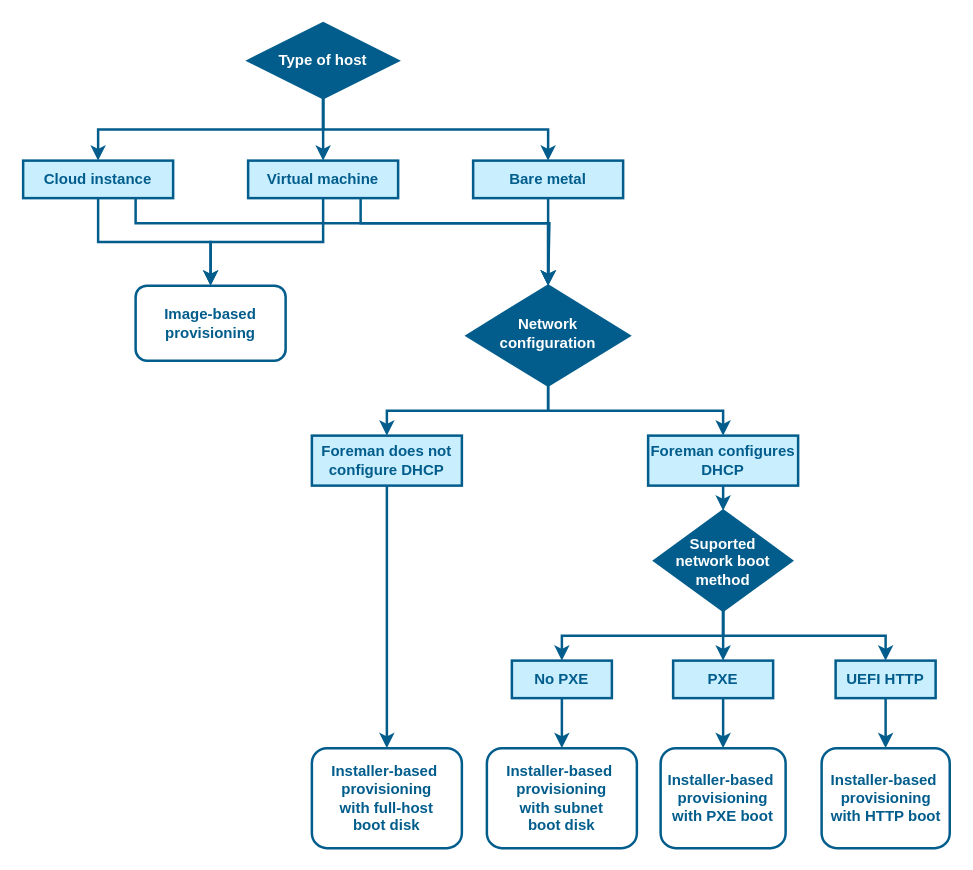
Above: guides/image-sources/provisioning-method-selection.drawio in theforeman/foreman-documentation (draw.io), before the change. Source tidied: cells renumbered, new cells numbered last; positions are measured from the earlier drawing's top-left corner, leaving out a move shared by most shapes. Both pictures are drawn from the tidied source at 125%, with x=0, y=0 at pixel (22, 22).
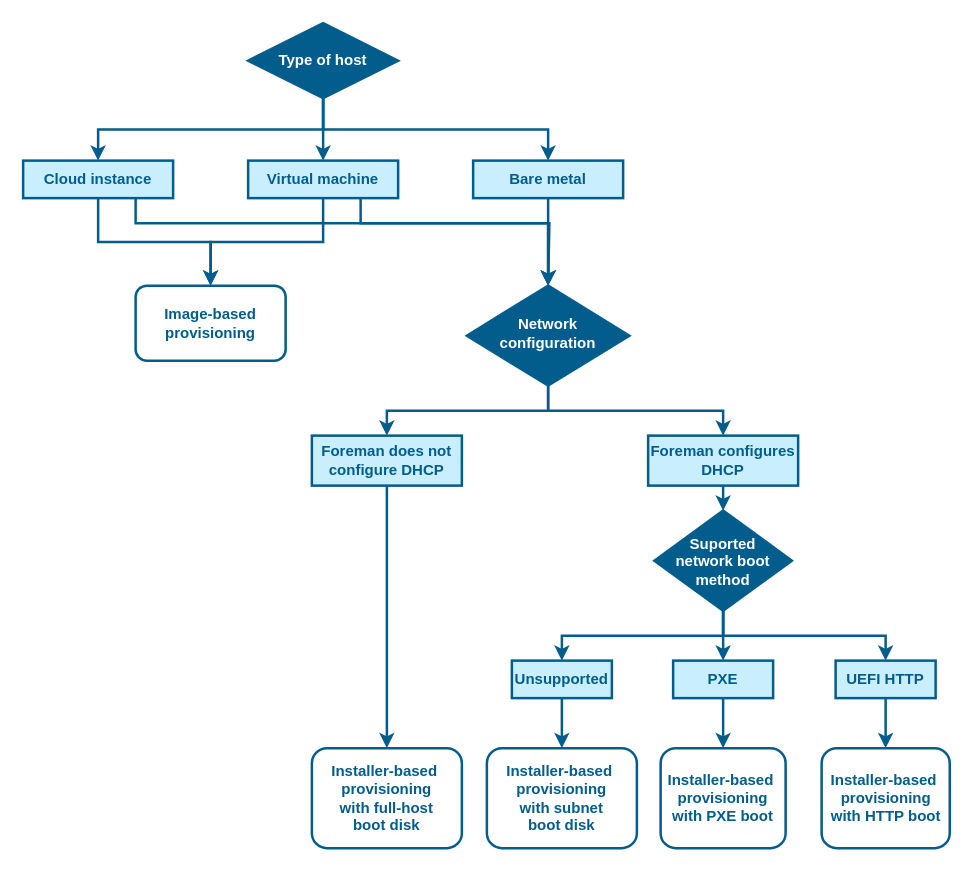
After the change.

Commit message (it also covers changes not shown here):
Fix terminology in diagram

Change to the diagram source:
```diff
@@
-    <mxCell id="31" value="No PXE" style="rounded=0;whiteSpace=wrap;html=1;fontColor=#025d8c;fontStyle=1;strokeColor=#025d8c;strokeWidth=2;fillColor=#C9EFFF;" parent="1" vertex="1">
+    <mxCell id="31" value="Unsupported" style="rounded=0;whiteSpace=wrap;html=1;fontColor=#025d8c;fontStyle=1;strokeColor=#025d8c;strokeWidth=2;fillColor=#C9EFFF;" parent="1" vertex="1">
       <mxGeometry x="391" y="510" width="80" height="30" as="geometry" />
     </mxCell>
```
